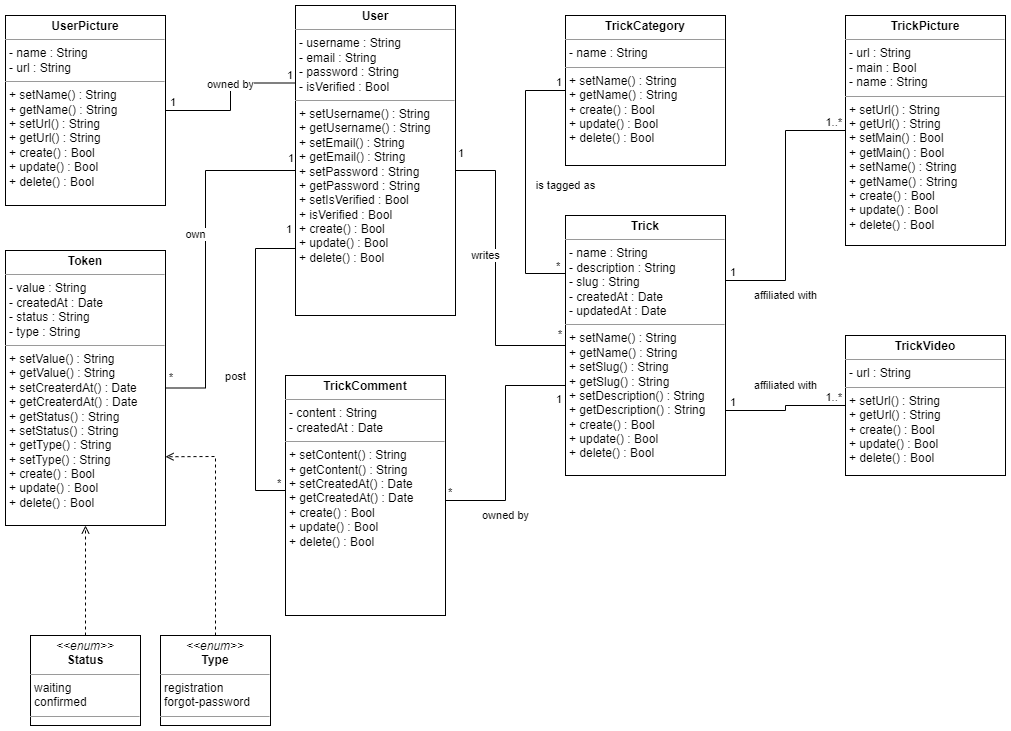
David-Renard/OC-p6 keeps this draw.io diagram as diagrammes/Classes.drawio.png. Above is the earlier version. Source tidied: cells renumbered, new cells last; positions are measured from the earlier drawing's top-left corner, leaving out a move shared by most shapes.
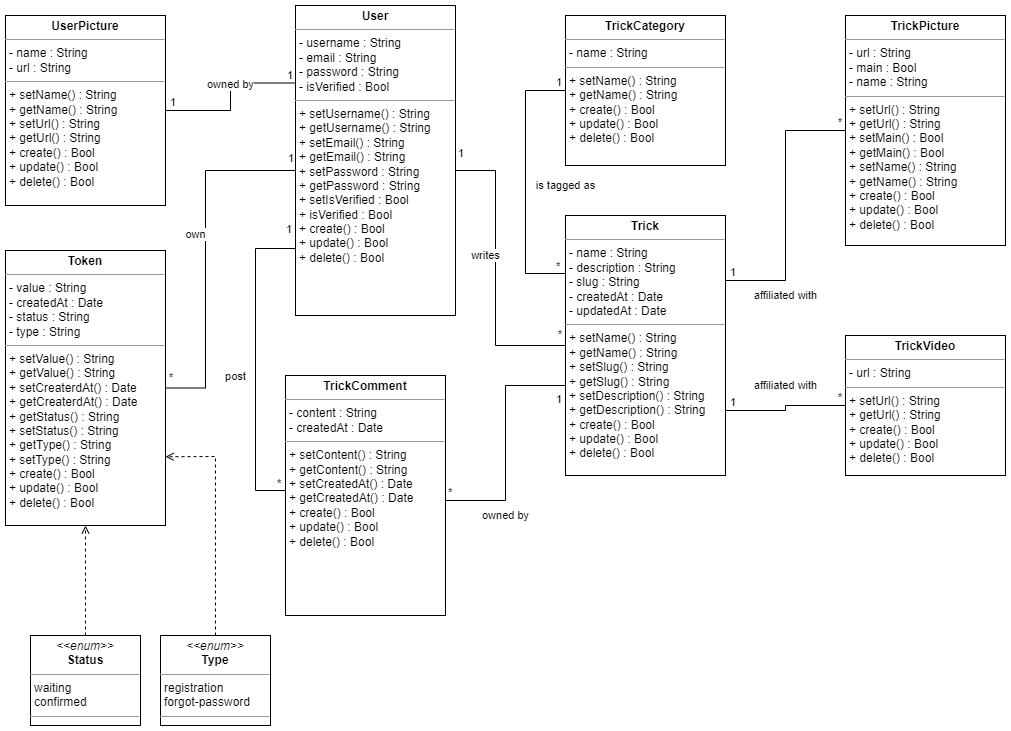
After the change.

Commit message:
updated class diagram

What changed in the source:
```diff
@@ -53,7 +53,7 @@
     <mxCell id="15" value="1" style="edgeLabel;html=1;align=left;verticalAlign=bottom;spacingLeft=3;spacingTop=3;" parent="14" vertex="1">
       <mxGeometry x="-1" relative="1" as="geometry" />
     </mxCell>
-    <mxCell id="16" value="1..*" style="edgeLabel;html=1;align=right;verticalAlign=bottom;spacingRight=3;spacingTop=3;" parent="14" vertex="1">
+    <mxCell id="16" value="*" style="edgeLabel;html=1;align=right;verticalAlign=bottom;spacingRight=3;spacingTop=3;" parent="14" vertex="1">
       <mxGeometry x="1" relative="1" as="geometry" />
     </mxCell>
     <mxCell id="17" value="is tagged as" style="endArrow=none;html=1;edgeStyle=orthogonalEdgeStyle;rounded=0;exitX=0;exitY=0.25;exitDx=0;exitDy=0;entryX=0;entryY=0.5;entryDx=0;entryDy=0;" parent="1" edge="1" source="2" target="5">
@@ -76,7 +76,7 @@
     <mxCell id="21" value="1" style="edgeLabel;html=1;align=left;verticalAlign=bottom;spacingLeft=3;spacingTop=3;" parent="20" vertex="1">
       <mxGeometry x="-1" relative="1" as="geometry" />
     </mxCell>
-    <mxCell id="22" value="1..*" style="edgeLabel;html=1;align=right;verticalAlign=bottom;spacingRight=3;spacingTop=3;" parent="20" vertex="1">
+    <mxCell id="22" value="*" style="edgeLabel;html=1;align=right;verticalAlign=bottom;spacingRight=3;spacingTop=3;" parent="20" vertex="1">
       <mxGeometry x="1" relative="1" as="geometry" />
     </mxCell>
     <mxCell id="23" value="owned by" style="endArrow=none;html=1;edgeStyle=orthogonalEdgeStyle;rounded=0;exitX=1;exitY=0.5;exitDx=0;exitDy=0;entryX=0;entryY=0.75;entryDx=0;entryDy=0;" parent="1" edge="1" source="7" target="2">
```
